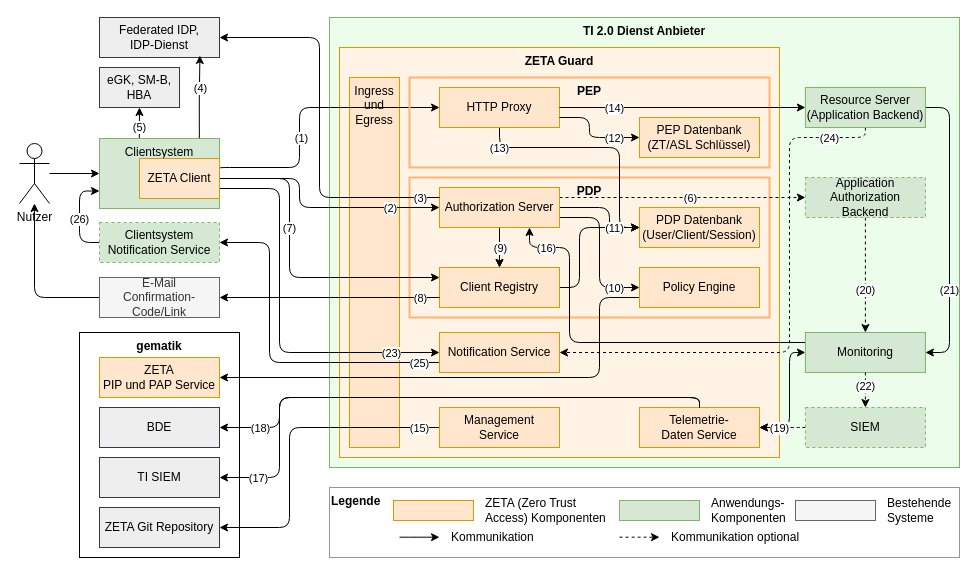
The draw.io diagram src/drawio/Zero-Trust_Architektur.drawio in gematik/spec-t20r, before the edit. Source tidied: cells renumbered, new cells numbered last; positions are measured from the earlier drawing's top-left corner, leaving out a move shared by most shapes. Both pictures are drawn from the tidied source at 100%, with x=0, y=0 at pixel (19, 17).
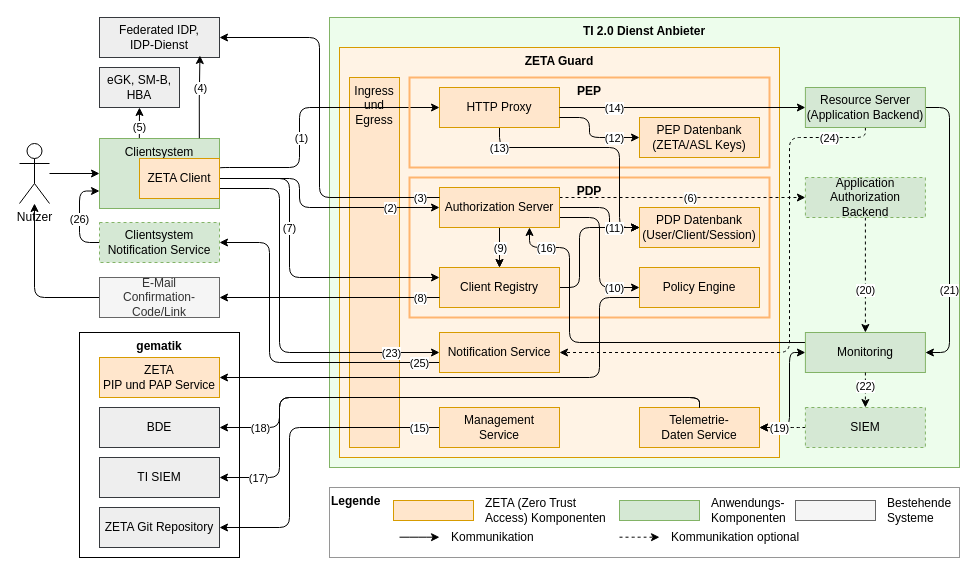
After the change.

The edit, as a diff of the source:
```diff
@@
-    <mxCell id="92" value="PEP Datenbank&lt;div&gt;(ZT/ASL Schlüssel)&lt;/div&gt;" style="rounded=0;whiteSpace=wrap;html=1;fillColor=#ffe6cc;strokeColor=#d79b00;" parent="1" vertex="1">
+    <mxCell id="92" value="PEP Datenbank&lt;div&gt;(ZETA/ASL Keys)&lt;/div&gt;" style="rounded=0;whiteSpace=wrap;html=1;fillColor=#ffe6cc;strokeColor=#d79b00;" parent="1" vertex="1">
       <mxGeometry x="620" y="100" width="120" height="40" as="geometry" />
     </mxCell>
```
